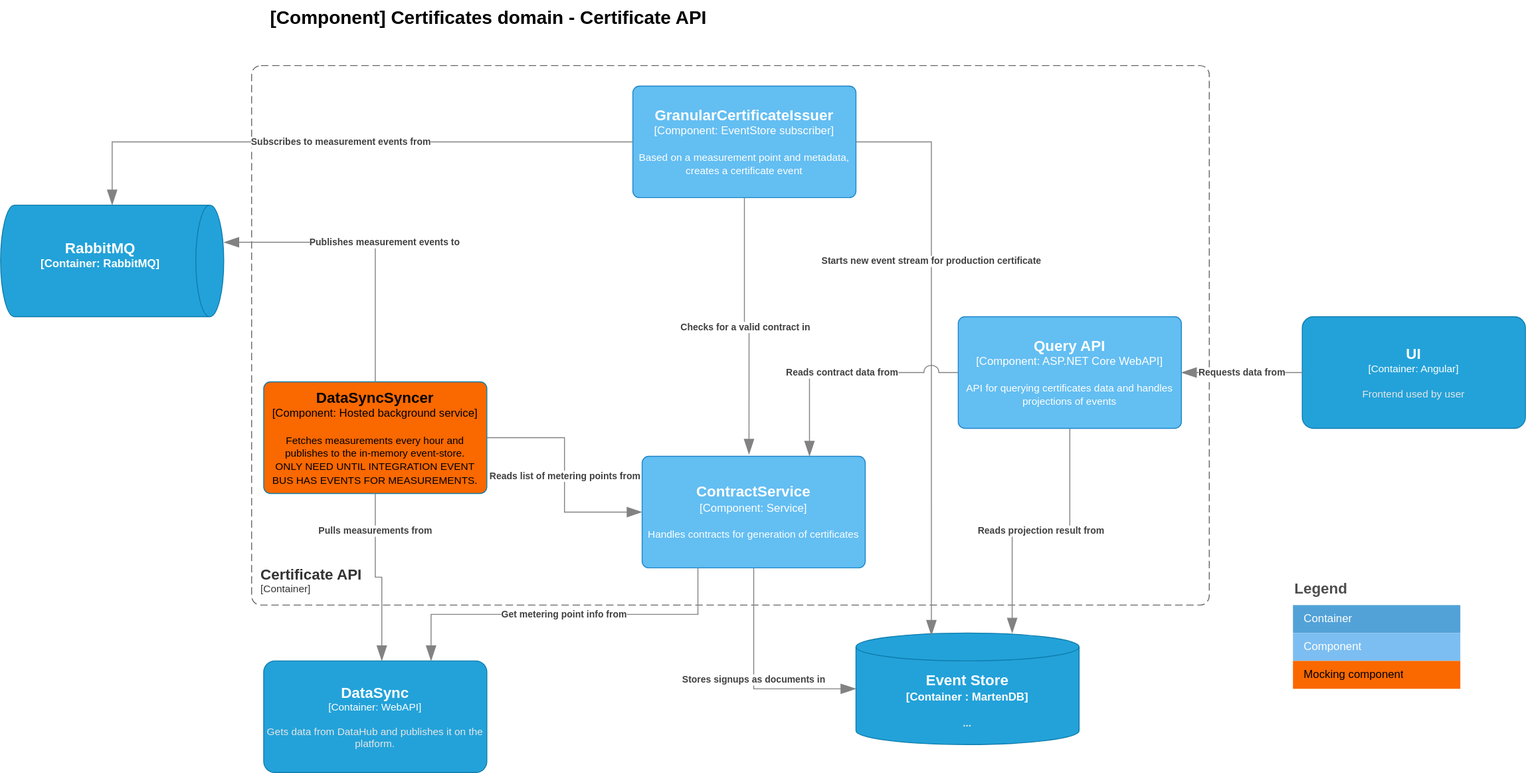
Before: doc/architecture/diagrams/certificates.current.component.certificate.api.drawio.svg, a diagram exported from draw.io (Energinet-DataHub/energy-origin). Source tidied: cells renumbered, new cells last; positions are measured from the earlier drawing's top-left corner, leaving out a move shared by most shapes.
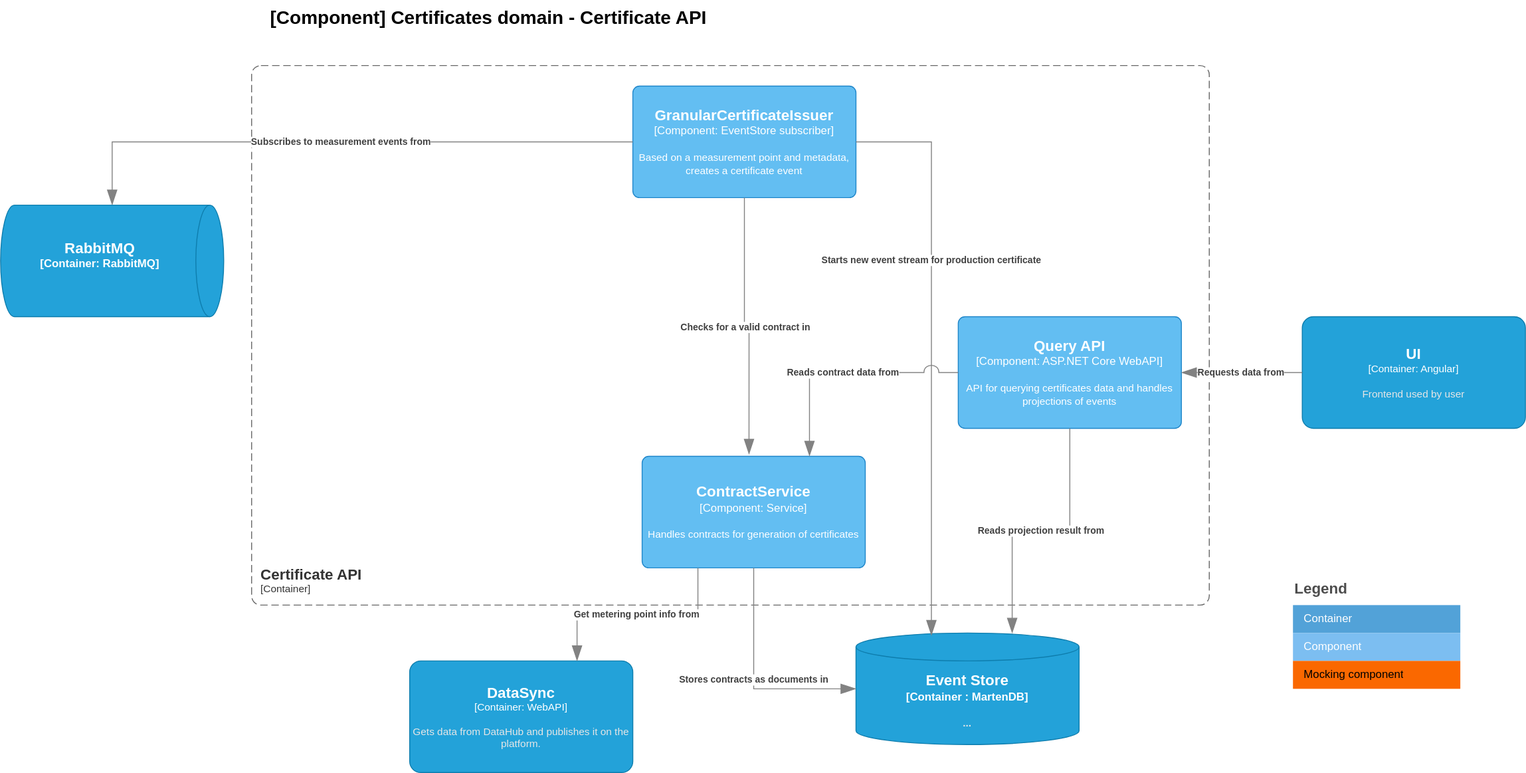
After the change.

Diff of the diagram source:
```diff
@@ -7,11 +7,6 @@
         <mxGeometry x="270" y="70" width="1030" height="580" as="geometry" />
       </mxCell>
     </object>
-    <object id="3" label="&lt;font style=&quot;font-size: 16px&quot;&gt;&lt;b&gt;%c4Name%&lt;/b&gt;&lt;/font&gt;&lt;div&gt;[%c4Type%: %c4Technology%]&lt;/div&gt;&lt;br&gt;&lt;div&gt;&lt;font style=&quot;font-size: 11px&quot;&gt;%c4Description%&lt;/font&gt;&lt;/div&gt;" c4Description="Fetches measurements every hour and publishes to the in-memory event-store. &#10;ONLY NEED UNTIL INTEGRATION EVENT BUS HAS EVENTS FOR MEASUREMENTS." c4Name="DataSyncSyncer" c4Technology="Hosted background service" c4Type="Component" placeholders="1">
-      <mxCell style="rounded=1;whiteSpace=wrap;html=1;labelBackgroundColor=none;fillColor=#fa6800;align=center;arcSize=6;strokeColor=#0E7DAD;points=[[0.25,0,0],[0.5,0,0],[0.75,0,0],[1,0.25,0],[1,0.5,0],[1,0.75,0],[0.75,1,0],[0.5,1,0],[0.25,1,0],[0,0.75,0],[0,0.5,0],[0,0.25,0]];fontColor=#000000;" parent="1" vertex="1">
-        <mxGeometry x="283" y="410" width="240" height="120" as="geometry" />
-      </mxCell>
-    </object>
     <object id="4" label="&lt;font style=&quot;font-size: 16px&quot;&gt;&lt;b&gt;%c4Name%&lt;/b&gt;&lt;/font&gt;&lt;div&gt;[%c4Type%: %c4Technology%]&lt;/div&gt;&lt;br&gt;&lt;div&gt;&lt;font style=&quot;font-size: 11px&quot;&gt;%c4Description%&lt;/font&gt;&lt;/div&gt;" c4Description="Based on a measurement point and metadata, creates a certificate event" c4Name="GranularCertificateIssuer" c4Technology="EventStore subscriber" c4Type="Component" placeholders="1">
       <mxCell style="rounded=1;whiteSpace=wrap;html=1;labelBackgroundColor=none;fillColor=#63BEF2;fontColor=#ffffff;align=center;arcSize=6;strokeColor=#2086C9;points=[[0.25,0,0],[0.5,0,0],[0.75,0,0],[1,0.25,0],[1,0.5,0],[1,0.75,0],[0.75,1,0],[0.5,1,0],[0.25,1,0],[0,0.75,0],[0,0.5,0],[0,0.25,0]];" parent="1" vertex="1">
         <mxGeometry x="680" y="92" width="240" height="120" as="geometry" />
@@ -27,21 +22,6 @@
         <mxGeometry x="690" y="490" width="240" height="120" as="geometry" />
       </mxCell>
     </object>
-    <object id="7" label="&lt;div style=&quot;text-align: left&quot;&gt;&lt;div style=&quot;text-align: center&quot;&gt;&lt;b&gt;%c4Description%&lt;/b&gt;&lt;/div&gt;" c4Description="Reads list of metering points from" c4Type="Relationship" placeholders="1">
-      <mxCell style="endArrow=blockThin;html=1;fontSize=10;fontColor=#404040;strokeWidth=1;endFill=1;strokeColor=#828282;elbow=vertical;endSize=14;startSize=14;jumpStyle=arc;jumpSize=16;rounded=0;edgeStyle=orthogonalEdgeStyle;exitX=1;exitY=0.5;exitDx=0;exitDy=0;exitPerimeter=0;entryX=0;entryY=0.5;entryDx=0;entryDy=0;entryPerimeter=0;" parent="1" edge="1" source="3" target="6">
-        <mxGeometry relative="1" as="geometry" />
-      </mxCell>
-    </object>
-    <object id="8" label="&lt;div style=&quot;text-align: left&quot;&gt;&lt;div style=&quot;text-align: center&quot;&gt;&lt;b&gt;%c4Description%&lt;/b&gt;&lt;/div&gt;" c4Description="Publishes measurement events to" c4Type="Relationship" placeholders="1">
-      <mxCell style="endArrow=blockThin;html=1;fontSize=10;fontColor=#404040;strokeWidth=1;endFill=1;strokeColor=#828282;elbow=vertical;endSize=14;startSize=14;jumpStyle=arc;jumpSize=16;rounded=0;edgeStyle=orthogonalEdgeStyle;exitX=0.5;exitY=0;exitDx=0;exitDy=0;exitPerimeter=0;" parent="1" edge="1" source="3" target="21">
-        <mxGeometry relative="1" as="geometry">
-          <Array as="points">
-            <mxPoint x="420" y="260" />
-            <mxPoint x="431" y="260" />
-          </Array>
-        </mxGeometry>
-      </mxCell>
-    </object>
     <object id="9" label="&lt;div style=&quot;text-align: left&quot;&gt;&lt;div style=&quot;text-align: center&quot;&gt;&lt;b&gt;%c4Description%&lt;/b&gt;&lt;/div&gt;" c4Description="Checks for a valid contract in" c4Type="Relationship" placeholders="1">
       <mxCell style="endArrow=blockThin;html=1;fontSize=10;fontColor=#404040;strokeWidth=1;endFill=1;strokeColor=#828282;elbow=vertical;endSize=14;startSize=14;jumpStyle=arc;jumpSize=16;rounded=0;edgeStyle=orthogonalEdgeStyle;exitX=0.5;exitY=1;exitDx=0;exitDy=0;exitPerimeter=0;entryX=0.479;entryY=-0.017;entryDx=0;entryDy=0;entryPerimeter=0;" parent="1" edge="1" source="4" target="6">
         <mxGeometry relative="1" as="geometry" />
@@ -59,7 +39,7 @@
     </object>
     <object id="12" label="&lt;font style=&quot;font-size: 16px&quot;&gt;&lt;b&gt;%c4Name%&lt;/b&gt;&lt;/font&gt;&lt;div&gt;[%c4Type%: %c4Technology%]&lt;/div&gt;&lt;br&gt;&lt;div&gt;&lt;font style=&quot;font-size: 11px&quot;&gt;&lt;font color=&quot;#E6E6E6&quot;&gt;%c4Description%&lt;/font&gt;&lt;/div&gt;" c4Description="Gets data from DataHub and publishes it on the platform." c4Name="DataSync" c4Technology="WebAPI" c4Type="Container" placeholders="1">
       <mxCell style="rounded=1;whiteSpace=wrap;html=1;fontSize=11;labelBackgroundColor=none;fillColor=#23A2D9;fontColor=#ffffff;align=center;arcSize=10;strokeColor=#0E7DAD;points=[[0.25,0,0],[0.5,0,0],[0.75,0,0],[1,0.25,0],[1,0.5,0],[1,0.75,0],[0.75,1,0],[0.5,1,0],[0.25,1,0],[0,0.75,0],[0,0.5,0],[0,0.25,0]];" parent="1" vertex="1">
-        <mxGeometry x="283" y="710" width="240" height="120" as="geometry" />
+        <mxGeometry x="440" y="710" width="240" height="120" as="geometry" />
       </mxCell>
     </object>
     <mxCell id="13" value="Legend" style="align=left;fontSize=16;fontStyle=1;strokeColor=none;fillColor=none;fontColor=#4D4D4D;spacingTop=-8;" parent="1" vertex="1">
@@ -104,7 +84,7 @@
         <mxGeometry x="-0.32" relative="1" as="geometry" />
       </mxCell>
     </object>
-    <object id="23" label="&lt;div style=&quot;text-align: left&quot;&gt;&lt;div style=&quot;text-align: center&quot;&gt;&lt;b&gt;%c4Description%&lt;/b&gt;&lt;/div&gt;" c4Description="Stores signups as documents in" c4Type="Relationship" placeholders="1">
+    <object id="23" label="&lt;div style=&quot;text-align: left&quot;&gt;&lt;div style=&quot;text-align: center&quot;&gt;&lt;b&gt;%c4Description%&lt;/b&gt;&lt;/div&gt;" c4Description="Stores contracts as documents in" c4Type="Relationship" placeholders="1">
       <mxCell style="endArrow=blockThin;html=1;fontSize=10;fontColor=#404040;strokeWidth=1;endFill=1;strokeColor=#828282;elbow=vertical;endSize=14;startSize=14;jumpStyle=arc;jumpSize=16;rounded=0;edgeStyle=orthogonalEdgeStyle;exitX=0.5;exitY=1;exitDx=0;exitDy=0;exitPerimeter=0;entryX=0;entryY=0.5;entryDx=0;entryDy=0;entryPerimeter=0;" parent="1" edge="1" source="6" target="5">
         <mxGeometry relative="1" as="geometry" />
       </mxCell>
@@ -125,12 +105,5 @@
     <mxCell id="27" value="Mocking component" style="shape=partialRectangle;html=1;whiteSpace=wrap;fillColor=#FA6800;top=0;left=0;bottom=0;right=0;overflow=hidden;align=left;spacingLeft=10;fontColor=#000000;strokeColor=#2086C9;" parent="26" vertex="1">
       <mxGeometry width="180" height="30" as="geometry" />
     </mxCell>
-    <object id="28" label="&lt;div style=&quot;text-align: left&quot;&gt;&lt;div style=&quot;text-align: center&quot;&gt;&lt;b&gt;%c4Description%&lt;/b&gt;&lt;/div&gt;" c4Description="Pulls measurements from" c4Type="Relationship" placeholders="1">
-      <mxCell style="endArrow=blockThin;html=1;fontSize=10;fontColor=#404040;strokeWidth=1;endFill=1;strokeColor=#828282;elbow=vertical;endSize=14;startSize=14;jumpStyle=arc;jumpSize=16;rounded=0;edgeStyle=orthogonalEdgeStyle;exitX=0.5;exitY=1;exitDx=0;exitDy=0;exitPerimeter=0;" parent="1" edge="1" source="3">
-        <mxGeometry x="-0.58" relative="1" as="geometry">
-          <mxPoint x="410" y="710" as="targetPoint" />
-        </mxGeometry>
-      </mxCell>
-    </object>
   </root>
 </mxGraphModel>
```
